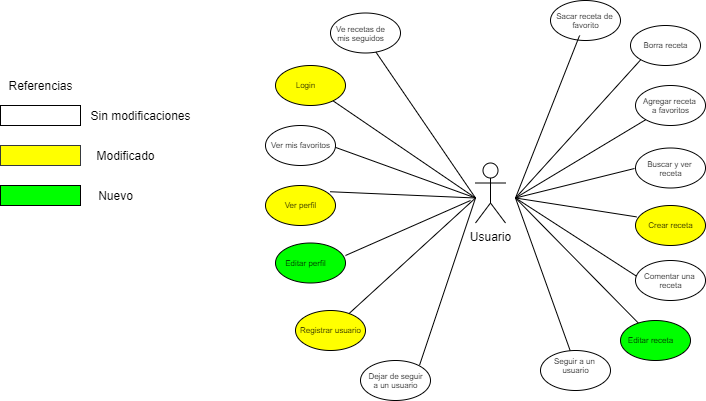
The draw.io diagram entregas/entrega 4/DiagramaCasosDeUsoEntrega4.png in DaniVillegas14/cookit-doc, before a commit. Source tidied: cells renumbered, new cells last; positions are measured from the earlier drawing's top-left corner, leaving out a move shared by most shapes.
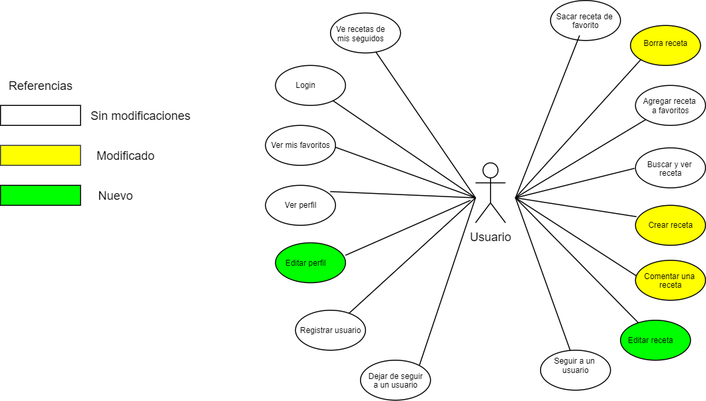
The same diagram one commit later.

Commit message:
Cambio diagrama casos de uso para entrega 4

Diff of the diagram source:
```diff
@@ -49,13 +49,13 @@
         <mxPoint x="515" y="197.5" as="sourcePoint" />
       </mxGeometry>
     </mxCell>
-    <mxCell id="16" style="ellipse;whiteSpace=wrap;html=1;fillColor=#FFFFFF;" parent="1" vertex="1">
+    <mxCell id="16" style="ellipse;whiteSpace=wrap;html=1;fillColor=#FFFF00;" parent="1" vertex="1">
       <mxGeometry x="635" y="260" width="70" height="40" as="geometry" />
     </mxCell>
     <mxCell id="17" value="&lt;font color=&quot;#000000&quot; style=&quot;font-size: 8px&quot;&gt;Comentar una &lt;br&gt;receta&lt;/font&gt;" style="text;html=1;align=center;verticalAlign=middle;points=[];fontSize=8;" parent="1" vertex="1">
       <mxGeometry x="635" y="265" width="70" height="30" as="geometry" />
     </mxCell>
-    <mxCell id="18" style="ellipse;whiteSpace=wrap;html=1;fillColor=#FFFF00;" parent="1" vertex="1">
+    <mxCell id="18" style="ellipse;whiteSpace=wrap;html=1;" parent="1" vertex="1">
       <mxGeometry x="265" y="185" width="70" height="40" as="geometry" />
     </mxCell>
     <mxCell id="19" value="Ver perfil" style="text;html=1;align=center;verticalAlign=middle;fontSize=8;" parent="1" vertex="1">
@@ -93,19 +93,19 @@
         <mxPoint x="515" y="197.5" as="sourcePoint" />
       </mxGeometry>
     </mxCell>
-    <mxCell id="28" style="ellipse;whiteSpace=wrap;html=1;" parent="1" vertex="1">
+    <mxCell id="28" style="ellipse;whiteSpace=wrap;html=1;fillColor=#FFFF00;" parent="1" vertex="1">
       <mxGeometry x="630" y="25" width="70" height="40" as="geometry" />
     </mxCell>
     <mxCell id="29" value="&lt;font color=&quot;#000000&quot; style=&quot;font-size: 8px&quot;&gt;Borra receta&lt;/font&gt;" style="text;html=1;align=center;verticalAlign=middle;fontSize=8;" parent="1" vertex="1">
-      <mxGeometry x="635" y="35" width="60" height="20" as="geometry" />
+      <mxGeometry x="635" y="32.5" width="60" height="20" as="geometry" />
     </mxCell>
-    <mxCell id="30" style="ellipse;whiteSpace=wrap;html=1;fillColor=#FFFF00;" parent="1" vertex="1">
+    <mxCell id="30" style="ellipse;whiteSpace=wrap;html=1;" parent="1" vertex="1">
       <mxGeometry x="275" y="65" width="70" height="40" as="geometry" />
     </mxCell>
     <mxCell id="31" value="&lt;font color=&quot;#000000&quot; style=&quot;font-size: 8px&quot;&gt;Login&lt;/font&gt;" style="text;html=1;align=center;verticalAlign=middle;fontSize=8;" parent="1" vertex="1">
       <mxGeometry x="285" y="75" width="40" height="20" as="geometry" />
     </mxCell>
-    <mxCell id="32" style="ellipse;whiteSpace=wrap;html=1;fillColor=#FFFF00;" parent="1" vertex="1">
+    <mxCell id="32" style="ellipse;whiteSpace=wrap;html=1;" parent="1" vertex="1">
       <mxGeometry x="295" y="310" width="70" height="40" as="geometry" />
     </mxCell>
     <mxCell id="33" value="&lt;font color=&quot;#000000&quot; style=&quot;font-size: 8px&quot;&gt;Registrar usuario&lt;/font&gt;" style="text;html=1;align=center;verticalAlign=middle;fontSize=8;" parent="1" vertex="1">
```
